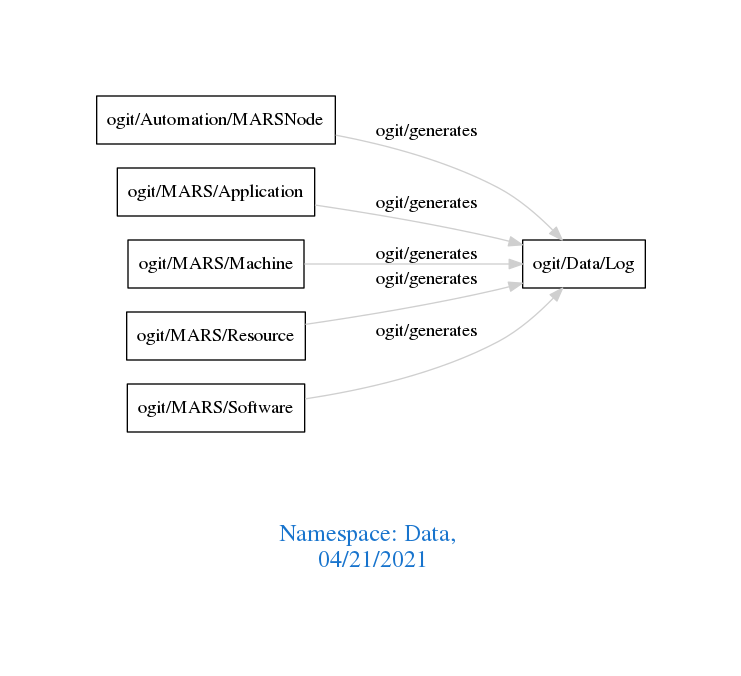
The Graphviz diagram downloads/Data.png in arago/OGIT, before a commit. Its source is kept beside it as downloads/Data.dot.
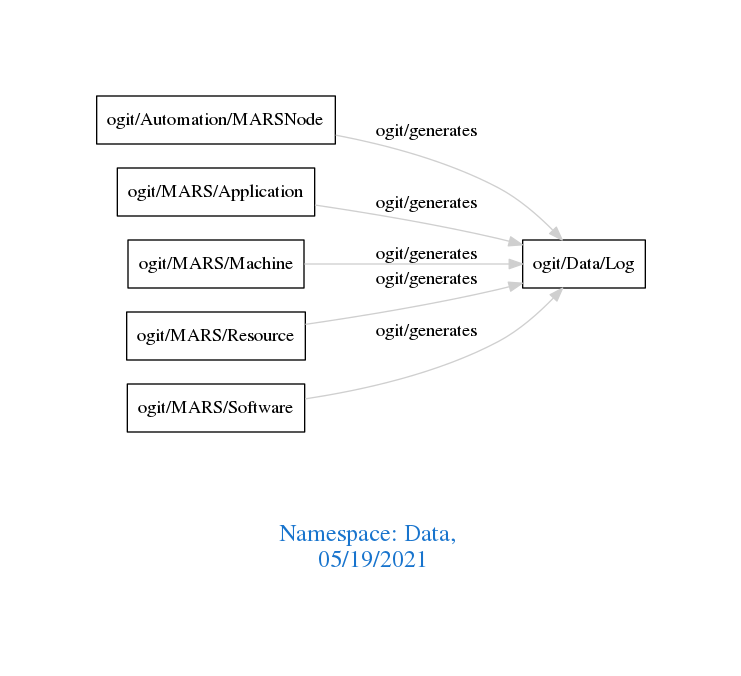
Later version of the same file.

What changed in the source:
```diff
@@ -1,7 +1,7 @@
 digraph OGIT_ontology {
  graph [ rankdir= LR,pad=1
 fontsize = 18,
-fontcolor= dodgerblue3,label = "\n\n\nNamespace: Data, \n 04/21/2021"];
+fontcolor= dodgerblue3,label = "\n\n\nNamespace: Data, \n 05/19/2021"];
 node[shape=polygon];
 edge [  color="gray81"];
 
```
